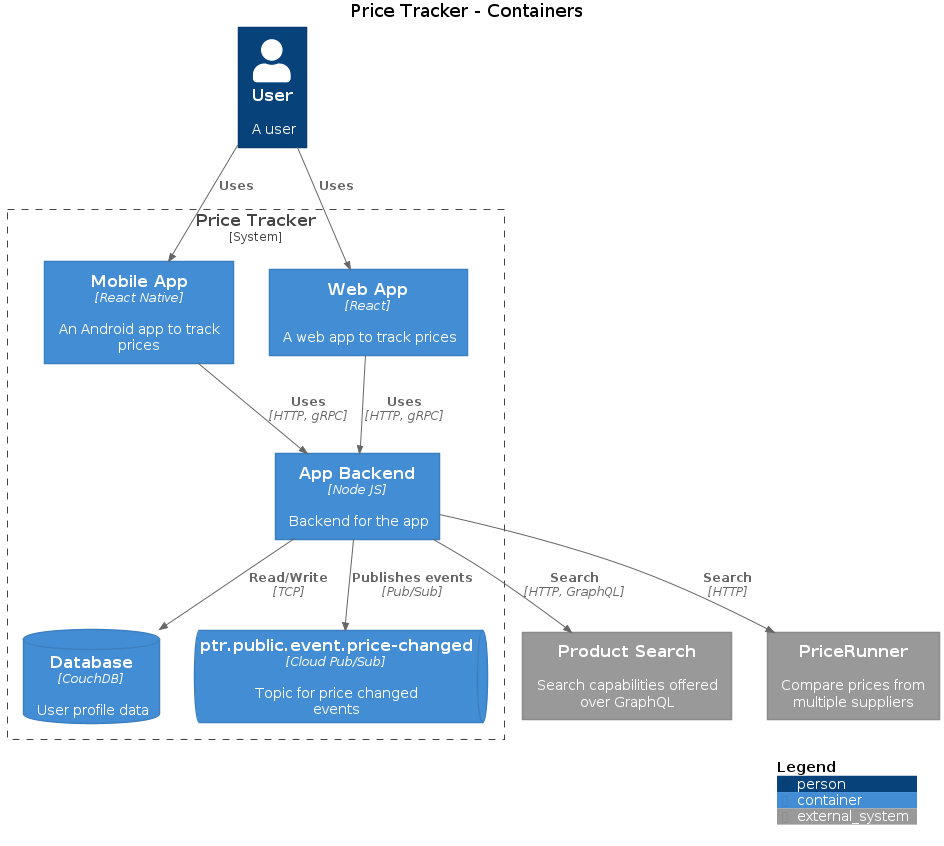
This is images/structurizr-PriceTracker-Container.png from extenda/structurizr-to-png, a PlantUML export, as it was before one commit.
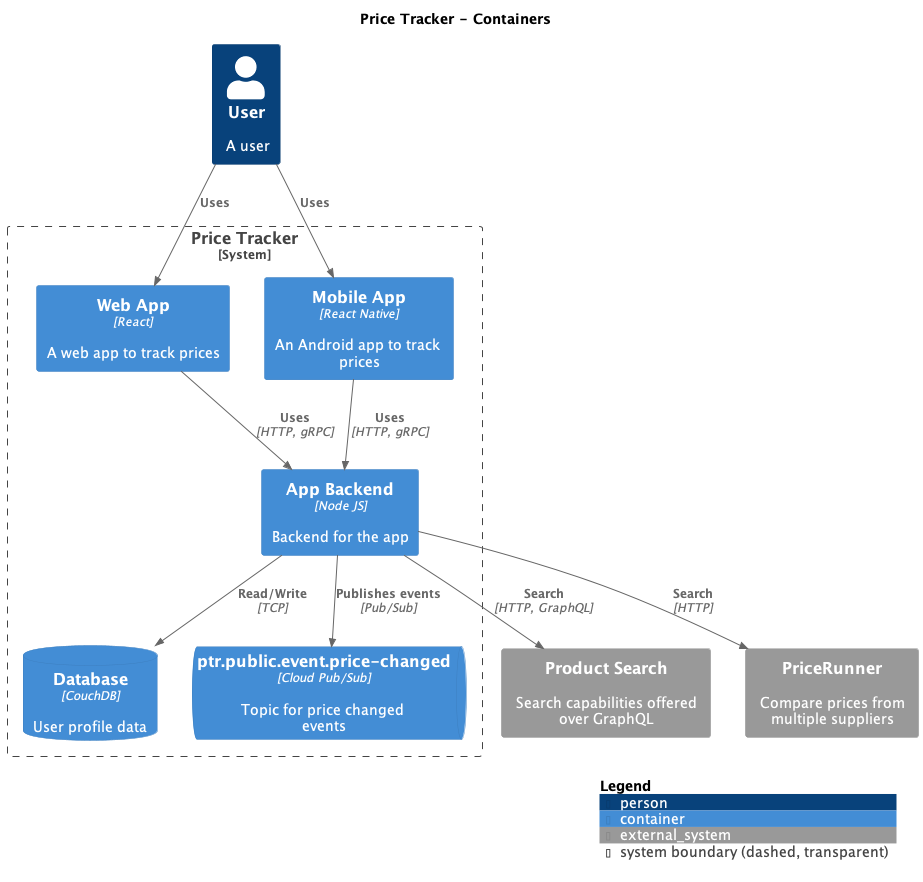
After the commit.

Commit message:
fix: Filter non structurizr images in preview (#27)

Change to the diagram source:
```diff
@@ -3,30 +3,30 @@
 
 top to bottom direction
 
-!includeurl https://raw.githubusercontent.com/plantuml-stdlib/C4-PlantUML/master/C4.puml
-!includeurl https://raw.githubusercontent.com/plantuml-stdlib/C4-PlantUML/master/C4_Context.puml
-!includeurl https://raw.githubusercontent.com/plantuml-stdlib/C4-PlantUML/master/C4_Container.puml
+!include https://raw.githubusercontent.com/plantuml-stdlib/C4-PlantUML/master/C4.puml
+!include https://raw.githubusercontent.com/plantuml-stdlib/C4-PlantUML/master/C4_Context.puml
+!include https://raw.githubusercontent.com/plantuml-stdlib/C4-PlantUML/master/C4_Container.puml
 
-Person(User, "User", "A user")
-System_Ext(ProductSearch, "Product Search", "Search capabilities offered over GraphQL")
-System_Ext(PriceRunner, "PriceRunner", "Compare prices from multiple suppliers")
+Person(User, "User", "A user", $tags="")
+System_Ext(ProductSearch, "Product Search", "Search capabilities offered over GraphQL", $tags="")
+System_Ext(PriceRunner, "PriceRunner", "Compare prices from multiple suppliers", $tags="")
 
 System_Boundary("PriceTracker_boundary", "Price Tracker") {
-  Container(PriceTracker.WebApp, "Web App", "React", "A web app to track prices")
-  Container(PriceTracker.MobileApp, "Mobile App", "React Native", "An Android app to track prices")
-  ContainerDb(PriceTracker.Database, "Database", "CouchDB", "User profile data")
-  Container(PriceTracker.AppBackend, "App Backend", "Node JS", "Backend for the app")
-  ContainerQueue(PriceTracker.ptrpubliceventpricechanged, "ptr.public.event.price-changed", "Cloud Pub/Sub", "Topic for price changed events")
+  Container(PriceTracker.WebApp, "Web App", "React", "A web app to track prices", $tags="")
+  Container(PriceTracker.MobileApp, "Mobile App", "React Native", "An Android app to track prices", $tags="")
+  ContainerDb(PriceTracker.Database, "Database", "CouchDB", "User profile data", $tags="")
+  Container(PriceTracker.AppBackend, "App Backend", "Node JS", "Backend for the app", $tags="")
+  ContainerQueue(PriceTracker.ptrpubliceventpricechanged, "ptr.public.event.price-changed", "Cloud Pub/Sub", "Topic for price changed events", $tags="")
 }
 
-Rel_D(User, PriceTracker.MobileApp, "Uses")
-Rel_D(User, PriceTracker.WebApp, "Uses")
-Rel_D(PriceTracker.MobileApp, PriceTracker.AppBackend, "Uses", "HTTP, gRPC")
-Rel_D(PriceTracker.WebApp, PriceTracker.AppBackend, "Uses", "HTTP, gRPC")
-Rel_D(PriceTracker.AppBackend, PriceTracker.Database, "Read/Write", "TCP")
-Rel_D(PriceTracker.AppBackend, ProductSearch, "Search", "HTTP, GraphQL")
-Rel_D(PriceTracker.AppBackend, PriceRunner, "Search", "HTTP")
-Rel_D(PriceTracker.AppBackend, PriceTracker.ptrpubliceventpricechanged, "Publishes events", "Pub/Sub")
+Rel_D(User, PriceTracker.MobileApp, "Uses", $tags="")
+Rel_D(User, PriceTracker.WebApp, "Uses", $tags="")
+Rel_D(PriceTracker.MobileApp, PriceTracker.AppBackend, "Uses", "HTTP, gRPC", $tags="")
+Rel_D(PriceTracker.WebApp, PriceTracker.AppBackend, "Uses", "HTTP, gRPC", $tags="")
+Rel_D(PriceTracker.AppBackend, PriceTracker.Database, "Read/Write", "TCP", $tags="")
+Rel_D(PriceTracker.AppBackend, ProductSearch, "Search", "HTTP, GraphQL", $tags="")
+Rel_D(PriceTracker.AppBackend, PriceRunner, "Search", "HTTP", $tags="")
+Rel_D(PriceTracker.AppBackend, PriceTracker.ptrpubliceventpricechanged, "Publishes events", "Pub/Sub", $tags="")
 
 SHOW_DYNAMIC_LEGEND()
 @enduml
```
